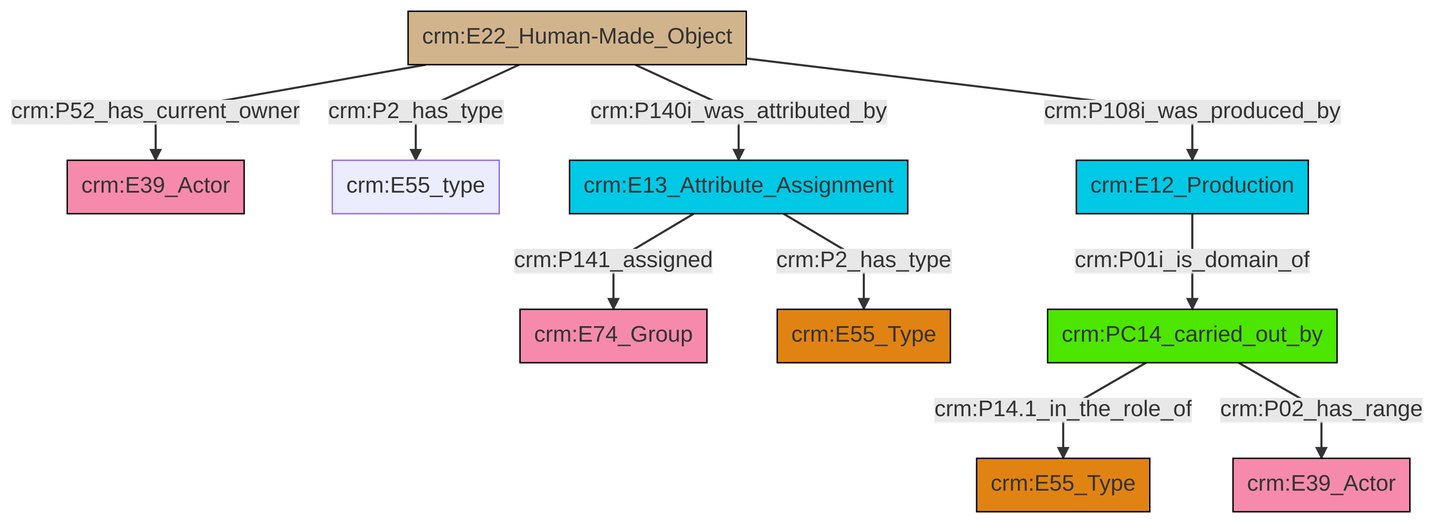
Above: et/builtWorkCSV/ttl/mmd/png/Built_Work_actor_relations.png in swiss-art-research-net/reference-data-models (Mermaid), before the change. Its source is kept beside it as et/builtWorkCSV/ttl/mmd/Built_Work_actor_relations.ttl.mmd.
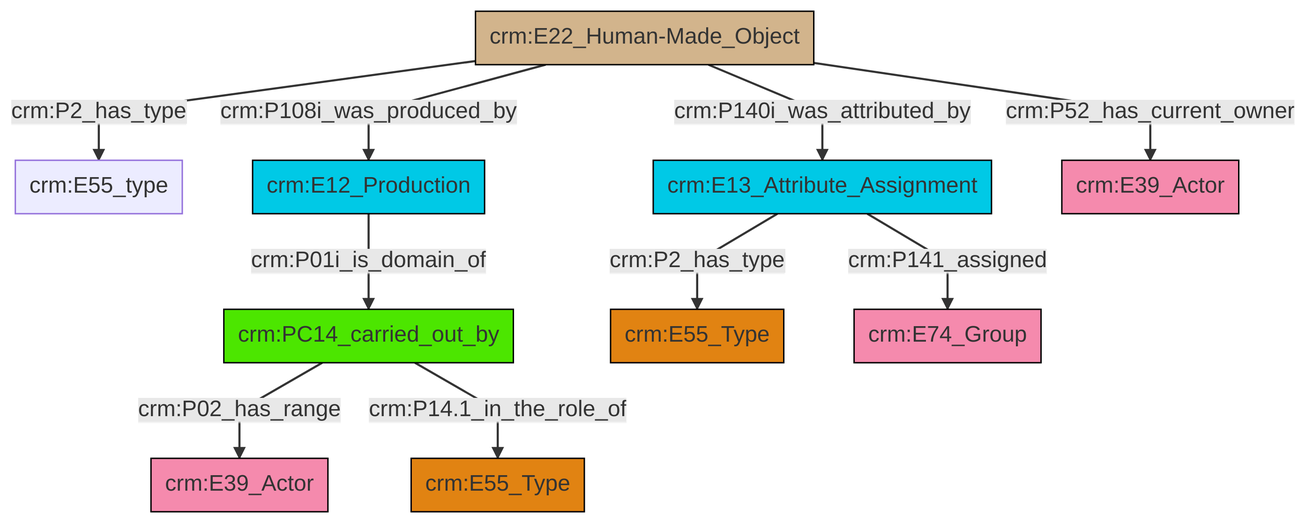
The same diagram one commit later.

What changed in the source:
```diff
@@ -13,12 +13,12 @@
 classDef PC_Classes fill:#4ce600, stroke:#000000;
 classDef Multi fill:#cccccc,stroke:#000000;
 
-0["crm:E22_Human-Made_Object"]:::Physical_Thing -->|crm:P52_has_current_owner| 2["crm:E39_Actor"]:::Actor
-0["crm:E22_Human-Made_Object"]:::Physical_Thing -->|crm:P2_has_type| 3["crm:E55_type"]:::Default
-0["crm:E22_Human-Made_Object"]:::Physical_Thing -->|crm:P140i_was_attributed_by| 10["crm:E13_Attribute_Assignment"]:::Temporal_Entity
-10["crm:E13_Attribute_Assignment"]:::Temporal_Entity -->|crm:P2_has_type| 8["crm:E55_Type"]:::Type
-14["crm:PC14_carried_out_by"]:::PC_Classes -->|crm:P14.1_in_the_role_of| 4["crm:E55_Type"]:::Type
-0["crm:E22_Human-Made_Object"]:::Physical_Thing -->|crm:P108i_was_produced_by| 11["crm:E12_Production"]:::Temporal_Entity
-10["crm:E13_Attribute_Assignment"]:::Temporal_Entity -->|crm:P141_assigned| 6["crm:E74_Group"]:::Actor
-11["crm:E12_Production"]:::Temporal_Entity -->|crm:P01i_is_domain_of| 14["crm:PC14_carried_out_by"]:::PC_Classes
-14["crm:PC14_carried_out_by"]:::PC_Classes -->|crm:P02_has_range| 18["crm:E39_Actor"]:::Actor
+0["crm:E22_Human-Made_Object"]:::Physical_Thing -->|crm:P2_has_type| 1["crm:E55_type"]:::Default
+0["crm:E22_Human-Made_Object"]:::Physical_Thing -->|crm:P108i_was_produced_by| 2["crm:E12_Production"]:::Temporal_Entity
+5["crm:PC14_carried_out_by"]:::PC_Classes -->|crm:P02_has_range| 3["crm:E39_Actor"]:::Actor
+9["crm:E13_Attribute_Assignment"]:::Temporal_Entity -->|crm:P2_has_type| 6["crm:E55_Type"]:::Type
+5["crm:PC14_carried_out_by"]:::PC_Classes -->|crm:P14.1_in_the_role_of| 11["crm:E55_Type"]:::Type
+0["crm:E22_Human-Made_Object"]:::Physical_Thing -->|crm:P140i_was_attributed_by| 9["crm:E13_Attribute_Assignment"]:::Temporal_Entity
+2["crm:E12_Production"]:::Temporal_Entity -->|crm:P01i_is_domain_of| 5["crm:PC14_carried_out_by"]:::PC_Classes
+0["crm:E22_Human-Made_Object"]:::Physical_Thing -->|crm:P52_has_current_owner| 19["crm:E39_Actor"]:::Actor
+9["crm:E13_Attribute_Assignment"]:::Temporal_Entity -->|crm:P141_assigned| 13["crm:E74_Group"]:::Actor
```
